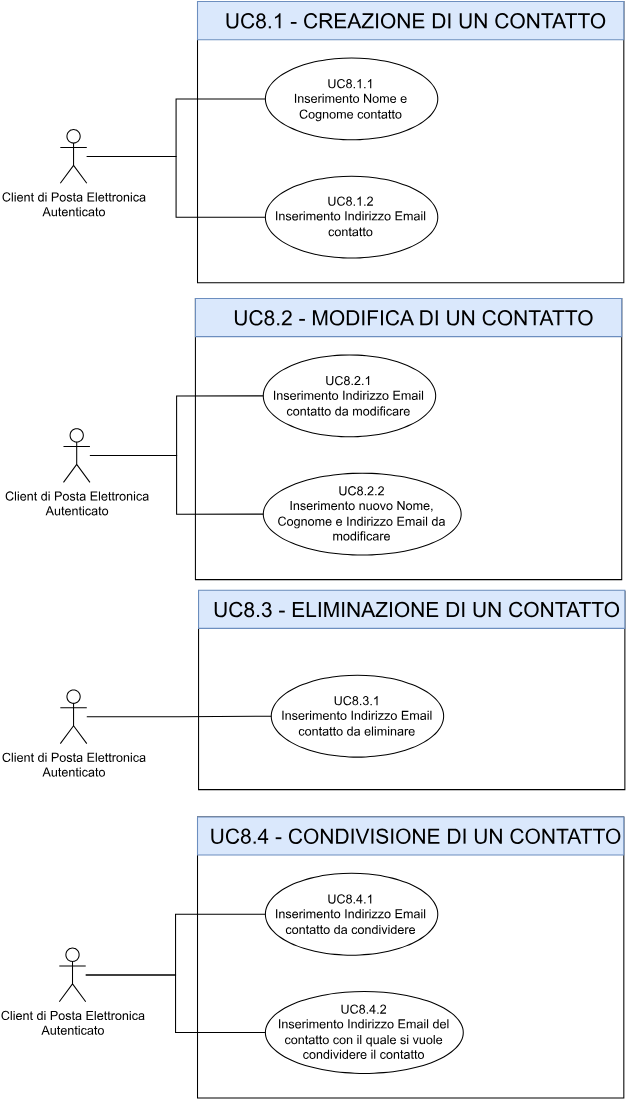
overture-unipd/docs keeps this draw.io diagram as imgs/use_cases/contatti-2.svg. Above is the earlier version. Source tidied: cells renumbered, new cells last; positions are measured from the earlier drawing's top-left corner, leaving out a move shared by most shapes. The source it was exported from:
```xml
<mxGraphModel>
  <root>
    <mxCell id="0" />
    <mxCell id="1" parent="0" />
    <mxCell id="2" style="rounded=0;whiteSpace=wrap;html=1;" parent="1" vertex="1">
      <mxGeometry x="131.7" width="406.3" height="267.9" as="geometry" />
    </mxCell>
    <mxCell id="3" style="ellipse;whiteSpace=wrap;html=1;" parent="1" vertex="1">
      <mxGeometry x="196.4" y="53.7" width="164.3" height="78" as="geometry" />
    </mxCell>
    <mxCell id="4" value="UC8.1.1&lt;br&gt;Inserimento Nome e Cognome contatto" style="text;html=1;strokeColor=none;fillColor=none;align=center;verticalAlign=middle;whiteSpace=wrap;rounded=0;" parent="1" vertex="1">
      <mxGeometry x="196.4" y="71.1" width="164.3" height="43.3" as="geometry" />
    </mxCell>
    <mxCell id="5" style="group;" parent="1" vertex="1">
      <mxGeometry x="196.4" y="166.4" width="164.3" height="78" as="geometry" />
    </mxCell>
    <mxCell id="6" style="ellipse;whiteSpace=wrap;html=1;" parent="5" vertex="1">
      <mxGeometry width="164.3" height="78" as="geometry" />
    </mxCell>
    <mxCell id="7" value="UC8.1.2&lt;br&gt;Inserimento Indirizzo Email contatto" style="text;html=1;strokeColor=none;fillColor=none;align=center;verticalAlign=middle;whiteSpace=wrap;rounded=0;" parent="5" vertex="1">
      <mxGeometry y="17.3" width="164.3" height="43.3" as="geometry" />
    </mxCell>
    <mxCell id="8" style="group;" parent="1" vertex="1">
      <mxGeometry x="1" y="122" width="42" height="51.1" as="geometry" />
    </mxCell>
    <mxCell id="9" style="group;" parent="8" vertex="1">
      <mxGeometry width="42" height="51.1" as="geometry" />
    </mxCell>
    <mxCell id="10" value="Client di Posta Elettronica&lt;br&gt;Autenticato" style="shape=umlActor;verticalLabelPosition=bottom;verticalAlign=top;html=1;outlineConnect=0;" parent="9" vertex="1">
      <mxGeometry width="25.2" height="51.1" as="geometry" />
    </mxCell>
    <mxCell id="11" style="rounded=0;whiteSpace=wrap;html=1;fillColor=#dae8fc;strokeColor=#6c8ebf;" parent="1" vertex="1">
      <mxGeometry x="131.7" width="406.3" height="36.3" as="geometry" />
    </mxCell>
    <mxCell id="12" value="&lt;font style=&quot;font-size: 20px;&quot;&gt;UC8.1 - CREAZIONE DI UN CONTATTO&lt;/font&gt;" style="text;html=1;strokeColor=none;fillColor=none;align=center;verticalAlign=middle;whiteSpace=wrap;rounded=0;" parent="1" vertex="1">
      <mxGeometry x="131.7" y="9.1" width="416.3" height="18.1" as="geometry" />
    </mxCell>
    <mxCell id="13" style="rounded=0;whiteSpace=wrap;html=1;" parent="1" vertex="1">
      <mxGeometry x="129.7" y="283" width="406.3" height="267.9" as="geometry" />
    </mxCell>
    <mxCell id="14" style="ellipse;whiteSpace=wrap;html=1;" parent="1" vertex="1">
      <mxGeometry x="194.4" y="336.7" width="164.3" height="78" as="geometry" />
    </mxCell>
    <mxCell id="15" value="UC8.2.1&lt;br&gt;Inserimento Indirizzo Email contatto da modificare" style="text;html=1;strokeColor=none;fillColor=none;align=center;verticalAlign=middle;whiteSpace=wrap;rounded=0;" parent="1" vertex="1">
      <mxGeometry x="194.4" y="354.1" width="164.3" height="43.3" as="geometry" />
    </mxCell>
    <mxCell id="16" style="group;" parent="1" vertex="1">
      <mxGeometry x="194.4" y="449.4" width="188.6" height="78" as="geometry" />
    </mxCell>
    <mxCell id="17" style="ellipse;whiteSpace=wrap;html=1;" parent="16" vertex="1">
      <mxGeometry width="188.6" height="78" as="geometry" />
    </mxCell>
    <mxCell id="18" value="UC8.2.2&lt;br&gt;Inserimento nuovo Nome, Cognome e Indirizzo Email da modificare" style="text;html=1;strokeColor=none;fillColor=none;align=center;verticalAlign=middle;whiteSpace=wrap;rounded=0;" parent="16" vertex="1">
      <mxGeometry y="17.3" width="188.6" height="43.3" as="geometry" />
    </mxCell>
    <mxCell id="19" style="rounded=0;whiteSpace=wrap;html=1;fillColor=#dae8fc;strokeColor=#6c8ebf;" parent="1" vertex="1">
      <mxGeometry x="129.7" y="283" width="406.3" height="36.3" as="geometry" />
    </mxCell>
    <mxCell id="20" value="&lt;font style=&quot;font-size: 20px;&quot;&gt;UC8.2 - MODIFICA DI UN CONTATTO&lt;/font&gt;" style="text;html=1;strokeColor=none;fillColor=none;align=center;verticalAlign=middle;whiteSpace=wrap;rounded=0;" parent="1" vertex="1">
      <mxGeometry x="129.7" y="292.1" width="416.3" height="18.1" as="geometry" />
    </mxCell>
    <mxCell id="21" style="rounded=0;whiteSpace=wrap;html=1;" parent="1" vertex="1">
      <mxGeometry x="132.7" y="562" width="406.3" height="189" as="geometry" />
    </mxCell>
    <mxCell id="22" style="ellipse;whiteSpace=wrap;html=1;" parent="1" vertex="1">
      <mxGeometry x="202" y="642" width="164.3" height="78" as="geometry" />
    </mxCell>
    <mxCell id="23" value="UC8.3.1&lt;br&gt;Inserimento Indirizzo Email contatto da eliminare" style="text;html=1;strokeColor=none;fillColor=none;align=center;verticalAlign=middle;whiteSpace=wrap;rounded=0;" parent="1" vertex="1">
      <mxGeometry x="202" y="659.3" width="164.3" height="43.3" as="geometry" />
    </mxCell>
    <mxCell id="24" style="rounded=0;whiteSpace=wrap;html=1;fillColor=#dae8fc;strokeColor=#6c8ebf;" parent="1" vertex="1">
      <mxGeometry x="132.7" y="561" width="406.3" height="36.3" as="geometry" />
    </mxCell>
    <mxCell id="25" value="&lt;font style=&quot;font-size: 20px;&quot;&gt;UC8.3 - ELIMINAZIONE DI UN CONTATTO&lt;/font&gt;" style="text;html=1;strokeColor=none;fillColor=none;align=center;verticalAlign=middle;whiteSpace=wrap;rounded=0;" parent="1" vertex="1">
      <mxGeometry x="132.7" y="570.1" width="416.3" height="18.1" as="geometry" />
    </mxCell>
    <mxCell id="26" style="edgeStyle=orthogonalEdgeStyle;rounded=0;jettySize=auto;html=1;entryX=0;entryY=0.5;entryDx=0;entryDy=0;endArrow=none;endFill=0;" parent="1" edge="1" source="27" target="23">
      <mxGeometry relative="1" as="geometry" />
    </mxCell>
    <mxCell id="27" value="Client di Posta Elettronica&lt;br style=&quot;border-color: var(--border-color);&quot;&gt;Autenticato" style="shape=umlActor;verticalLabelPosition=bottom;verticalAlign=top;html=1;outlineConnect=0;" parent="1" vertex="1">
      <mxGeometry x="1" y="656" width="25.2" height="51.1" as="geometry" />
    </mxCell>
    <mxCell id="28" style="rounded=0;whiteSpace=wrap;html=1;" parent="1" vertex="1">
      <mxGeometry x="131.7" y="777" width="406.3" height="267.9" as="geometry" />
    </mxCell>
    <mxCell id="29" style="ellipse;whiteSpace=wrap;html=1;" parent="1" vertex="1">
      <mxGeometry x="196.4" y="830.7" width="164.3" height="78" as="geometry" />
    </mxCell>
    <mxCell id="30" value="UC8.4.1&lt;br&gt;Inserimento Indirizzo Email contatto da condividere" style="text;html=1;strokeColor=none;fillColor=none;align=center;verticalAlign=middle;whiteSpace=wrap;rounded=0;" parent="1" vertex="1">
      <mxGeometry x="196.4" y="848.1" width="164.3" height="43.3" as="geometry" />
    </mxCell>
    <mxCell id="31" style="group;" parent="1" vertex="1">
      <mxGeometry x="196.4" y="943.4" width="188.6" height="78" as="geometry" />
    </mxCell>
    <mxCell id="32" style="ellipse;whiteSpace=wrap;html=1;" parent="31" vertex="1">
      <mxGeometry width="188.6" height="78" as="geometry" />
    </mxCell>
    <mxCell id="33" value="UC8.4.2&lt;br&gt;Inserimento Indirizzo Email del contatto con il quale si vuole condividere il contatto" style="text;html=1;strokeColor=none;fillColor=none;align=center;verticalAlign=middle;whiteSpace=wrap;rounded=0;" parent="31" vertex="1">
      <mxGeometry y="17.3" width="188.6" height="43.3" as="geometry" />
    </mxCell>
    <mxCell id="34" style="group;" parent="1" vertex="1">
      <mxGeometry y="902" width="42" height="51.1" as="geometry" />
    </mxCell>
    <mxCell id="35" style="group;" parent="34" vertex="1">
      <mxGeometry width="42" height="51.1" as="geometry" />
    </mxCell>
    <mxCell id="36" value="Client di Posta Elettronica&lt;br style=&quot;border-color: var(--border-color);&quot;&gt;Autenticato" style="shape=umlActor;verticalLabelPosition=bottom;verticalAlign=top;html=1;outlineConnect=0;" parent="35" vertex="1">
      <mxGeometry width="25.2" height="51.1" as="geometry" />
    </mxCell>
    <mxCell id="37" style="rounded=0;whiteSpace=wrap;html=1;fillColor=#dae8fc;strokeColor=#6c8ebf;" parent="1" vertex="1">
      <mxGeometry x="131.7" y="777" width="406.3" height="36.3" as="geometry" />
    </mxCell>
    <mxCell id="38" value="&lt;font style=&quot;font-size: 20px;&quot;&gt;UC8.4 - CONDIVISIONE DI UN CONTATTO&lt;/font&gt;" style="text;html=1;strokeColor=none;fillColor=none;align=center;verticalAlign=middle;whiteSpace=wrap;rounded=0;" parent="1" vertex="1">
      <mxGeometry x="131.7" y="786.1" width="416.3" height="18.1" as="geometry" />
    </mxCell>
    <mxCell id="39" style="edgeStyle=orthogonalEdgeStyle;rounded=0;jettySize=auto;html=1;entryX=0;entryY=0.5;entryDx=0;entryDy=0;endArrow=none;endFill=0;" parent="1" edge="1" source="10" target="4">
      <mxGeometry relative="1" as="geometry" />
    </mxCell>
    <mxCell id="40" style="edgeStyle=orthogonalEdgeStyle;rounded=0;jettySize=auto;html=1;entryX=0;entryY=0.5;entryDx=0;entryDy=0;endArrow=none;endFill=0;" parent="1" edge="1" source="10" target="7">
      <mxGeometry relative="1" as="geometry" />
    </mxCell>
    <mxCell id="41" style="edgeStyle=orthogonalEdgeStyle;rounded=0;jettySize=auto;html=1;entryX=0;entryY=0.5;entryDx=0;entryDy=0;endArrow=none;endFill=0;" parent="1" edge="1" source="45" target="15">
      <mxGeometry relative="1" as="geometry" />
    </mxCell>
    <mxCell id="42" style="edgeStyle=orthogonalEdgeStyle;rounded=0;jettySize=auto;html=1;entryX=0;entryY=0.5;entryDx=0;entryDy=0;endArrow=none;endFill=0;" parent="1" edge="1" source="45" target="18">
      <mxGeometry relative="1" as="geometry" />
    </mxCell>
    <mxCell id="43" style="edgeStyle=orthogonalEdgeStyle;rounded=0;jettySize=auto;html=1;entryX=0;entryY=0.5;entryDx=0;entryDy=0;endArrow=none;endFill=0;" parent="1" edge="1" source="36" target="30">
      <mxGeometry relative="1" as="geometry" />
    </mxCell>
    <mxCell id="44" style="edgeStyle=orthogonalEdgeStyle;rounded=0;jettySize=auto;html=1;entryX=0;entryY=0.5;entryDx=0;entryDy=0;endArrow=none;endFill=0;" parent="1" edge="1" source="36" target="33">
      <mxGeometry relative="1" as="geometry" />
    </mxCell>
    <mxCell id="45" value="Client di Posta Elettronica&lt;br style=&quot;border-color: var(--border-color);&quot;&gt;Autenticato" style="shape=umlActor;verticalLabelPosition=bottom;verticalAlign=top;html=1;outlineConnect=0;" parent="1" vertex="1">
      <mxGeometry x="4" y="407" width="25.2" height="51.1" as="geometry" />
    </mxCell>
  </root>
</mxGraphModel>
```
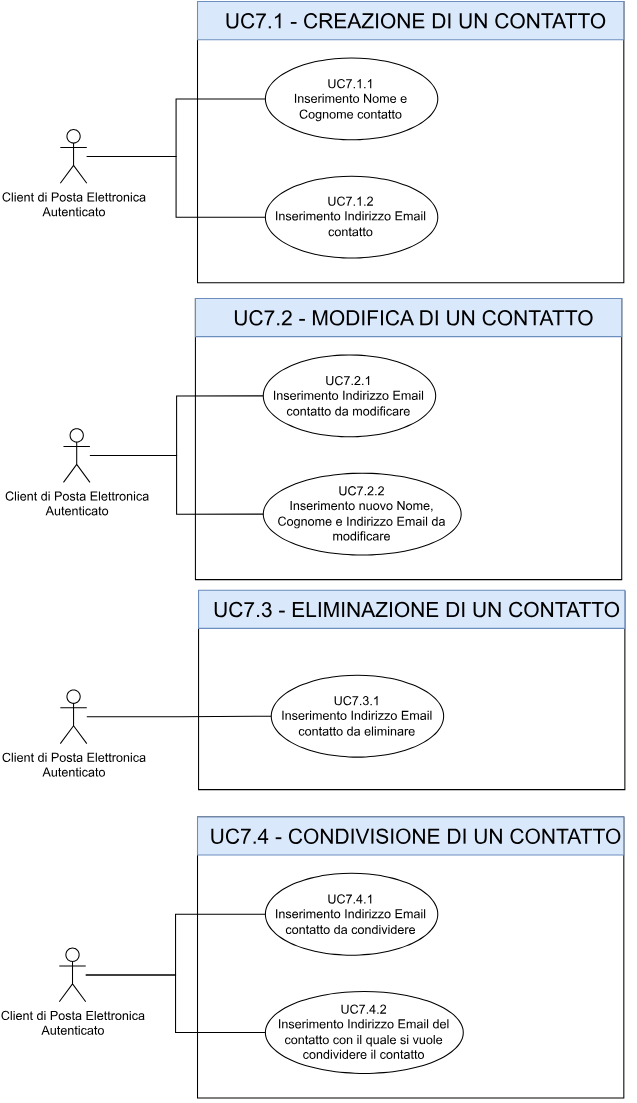
Later version of the same file.

What changed in the source:
```diff
@@ -8,7 +8,7 @@
     <mxCell id="3" style="ellipse;whiteSpace=wrap;html=1;" parent="1" vertex="1">
       <mxGeometry x="196.4" y="53.7" width="164.3" height="78" as="geometry" />
     </mxCell>
-    <mxCell id="4" value="UC8.1.1&lt;br&gt;Inserimento Nome e Cognome contatto" style="text;html=1;strokeColor=none;fillColor=none;align=center;verticalAlign=middle;whiteSpace=wrap;rounded=0;" parent="1" vertex="1">
+    <mxCell id="4" value="UC7.1.1&lt;br&gt;Inserimento Nome e Cognome contatto" style="text;html=1;strokeColor=none;fillColor=none;align=center;verticalAlign=middle;whiteSpace=wrap;rounded=0;" parent="1" vertex="1">
       <mxGeometry x="196.4" y="71.1" width="164.3" height="43.3" as="geometry" />
     </mxCell>
     <mxCell id="5" style="group;" parent="1" vertex="1">
@@ -17,7 +17,7 @@
     <mxCell id="6" style="ellipse;whiteSpace=wrap;html=1;" parent="5" vertex="1">
       <mxGeometry width="164.3" height="78" as="geometry" />
     </mxCell>
-    <mxCell id="7" value="UC8.1.2&lt;br&gt;Inserimento Indirizzo Email contatto" style="text;html=1;strokeColor=none;fillColor=none;align=center;verticalAlign=middle;whiteSpace=wrap;rounded=0;" parent="5" vertex="1">
+    <mxCell id="7" value="UC7.1.2&lt;br&gt;Inserimento Indirizzo Email contatto" style="text;html=1;strokeColor=none;fillColor=none;align=center;verticalAlign=middle;whiteSpace=wrap;rounded=0;" parent="5" vertex="1">
       <mxGeometry y="17.3" width="164.3" height="43.3" as="geometry" />
     </mxCell>
     <mxCell id="8" style="group;" parent="1" vertex="1">
@@ -32,7 +32,7 @@
     <mxCell id="11" style="rounded=0;whiteSpace=wrap;html=1;fillColor=#dae8fc;strokeColor=#6c8ebf;" parent="1" vertex="1">
       <mxGeometry x="131.7" width="406.3" height="36.3" as="geometry" />
     </mxCell>
-    <mxCell id="12" value="&lt;font style=&quot;font-size: 20px;&quot;&gt;UC8.1 - CREAZIONE DI UN CONTATTO&lt;/font&gt;" style="text;html=1;strokeColor=none;fillColor=none;align=center;verticalAlign=middle;whiteSpace=wrap;rounded=0;" parent="1" vertex="1">
+    <mxCell id="12" value="&lt;font style=&quot;font-size: 20px;&quot;&gt;UC7.1 - CREAZIONE DI UN CONTATTO&lt;/font&gt;" style="text;html=1;strokeColor=none;fillColor=none;align=center;verticalAlign=middle;whiteSpace=wrap;rounded=0;" parent="1" vertex="1">
       <mxGeometry x="131.7" y="9.1" width="416.3" height="18.1" as="geometry" />
     </mxCell>
     <mxCell id="13" style="rounded=0;whiteSpace=wrap;html=1;" parent="1" vertex="1">
@@ -41,7 +41,7 @@
     <mxCell id="14" style="ellipse;whiteSpace=wrap;html=1;" parent="1" vertex="1">
       <mxGeometry x="194.4" y="336.7" width="164.3" height="78" as="geometry" />
     </mxCell>
-    <mxCell id="15" value="UC8.2.1&lt;br&gt;Inserimento Indirizzo Email contatto da modificare" style="text;html=1;strokeColor=none;fillColor=none;align=center;verticalAlign=middle;whiteSpace=wrap;rounded=0;" parent="1" vertex="1">
+    <mxCell id="15" value="UC7.2.1&lt;br&gt;Inserimento Indirizzo Email contatto da modificare" style="text;html=1;strokeColor=none;fillColor=none;align=center;verticalAlign=middle;whiteSpace=wrap;rounded=0;" parent="1" vertex="1">
       <mxGeometry x="194.4" y="354.1" width="164.3" height="43.3" as="geometry" />
     </mxCell>
     <mxCell id="16" style="group;" parent="1" vertex="1">
@@ -50,13 +50,13 @@
     <mxCell id="17" style="ellipse;whiteSpace=wrap;html=1;" parent="16" vertex="1">
       <mxGeometry width="188.6" height="78" as="geometry" />
     </mxCell>
-    <mxCell id="18" value="UC8.2.2&lt;br&gt;Inserimento nuovo Nome, Cognome e Indirizzo Email da modificare" style="text;html=1;strokeColor=none;fillColor=none;align=center;verticalAlign=middle;whiteSpace=wrap;rounded=0;" parent="16" vertex="1">
+    <mxCell id="18" value="UC7.2.2&lt;br&gt;Inserimento nuovo Nome, Cognome e Indirizzo Email da modificare" style="text;html=1;strokeColor=none;fillColor=none;align=center;verticalAlign=middle;whiteSpace=wrap;rounded=0;" parent="16" vertex="1">
       <mxGeometry y="17.3" width="188.6" height="43.3" as="geometry" />
     </mxCell>
     <mxCell id="19" style="rounded=0;whiteSpace=wrap;html=1;fillColor=#dae8fc;strokeColor=#6c8ebf;" parent="1" vertex="1">
       <mxGeometry x="129.7" y="283" width="406.3" height="36.3" as="geometry" />
     </mxCell>
-    <mxCell id="20" value="&lt;font style=&quot;font-size: 20px;&quot;&gt;UC8.2 - MODIFICA DI UN CONTATTO&lt;/font&gt;" style="text;html=1;strokeColor=none;fillColor=none;align=center;verticalAlign=middle;whiteSpace=wrap;rounded=0;" parent="1" vertex="1">
+    <mxCell id="20" value="&lt;font style=&quot;font-size: 20px;&quot;&gt;UC7.2 - MODIFICA DI UN CONTATTO&lt;/font&gt;" style="text;html=1;strokeColor=none;fillColor=none;align=center;verticalAlign=middle;whiteSpace=wrap;rounded=0;" parent="1" vertex="1">
       <mxGeometry x="129.7" y="292.1" width="416.3" height="18.1" as="geometry" />
     </mxCell>
     <mxCell id="21" style="rounded=0;whiteSpace=wrap;html=1;" parent="1" vertex="1">
@@ -65,13 +65,13 @@
     <mxCell id="22" style="ellipse;whiteSpace=wrap;html=1;" parent="1" vertex="1">
       <mxGeometry x="202" y="642" width="164.3" height="78" as="geometry" />
     </mxCell>
-    <mxCell id="23" value="UC8.3.1&lt;br&gt;Inserimento Indirizzo Email contatto da eliminare" style="text;html=1;strokeColor=none;fillColor=none;align=center;verticalAlign=middle;whiteSpace=wrap;rounded=0;" parent="1" vertex="1">
+    <mxCell id="23" value="UC7.3.1&lt;br&gt;Inserimento Indirizzo Email contatto da eliminare" style="text;html=1;strokeColor=none;fillColor=none;align=center;verticalAlign=middle;whiteSpace=wrap;rounded=0;" parent="1" vertex="1">
       <mxGeometry x="202" y="659.3" width="164.3" height="43.3" as="geometry" />
     </mxCell>
     <mxCell id="24" style="rounded=0;whiteSpace=wrap;html=1;fillColor=#dae8fc;strokeColor=#6c8ebf;" parent="1" vertex="1">
       <mxGeometry x="132.7" y="561" width="406.3" height="36.3" as="geometry" />
     </mxCell>
-    <mxCell id="25" value="&lt;font style=&quot;font-size: 20px;&quot;&gt;UC8.3 - ELIMINAZIONE DI UN CONTATTO&lt;/font&gt;" style="text;html=1;strokeColor=none;fillColor=none;align=center;verticalAlign=middle;whiteSpace=wrap;rounded=0;" parent="1" vertex="1">
+    <mxCell id="25" value="&lt;font style=&quot;font-size: 20px;&quot;&gt;UC7.3 - ELIMINAZIONE DI UN CONTATTO&lt;/font&gt;" style="text;html=1;strokeColor=none;fillColor=none;align=center;verticalAlign=middle;whiteSpace=wrap;rounded=0;" parent="1" vertex="1">
       <mxGeometry x="132.7" y="570.1" width="416.3" height="18.1" as="geometry" />
     </mxCell>
     <mxCell id="26" style="edgeStyle=orthogonalEdgeStyle;rounded=0;jettySize=auto;html=1;entryX=0;entryY=0.5;entryDx=0;entryDy=0;endArrow=none;endFill=0;" parent="1" edge="1" source="27" target="23">
@@ -86,7 +86,7 @@
     <mxCell id="29" style="ellipse;whiteSpace=wrap;html=1;" parent="1" vertex="1">
       <mxGeometry x="196.4" y="830.7" width="164.3" height="78" as="geometry" />
     </mxCell>
-    <mxCell id="30" value="UC8.4.1&lt;br&gt;Inserimento Indirizzo Email contatto da condividere" style="text;html=1;strokeColor=none;fillColor=none;align=center;verticalAlign=middle;whiteSpace=wrap;rounded=0;" parent="1" vertex="1">
+    <mxCell id="30" value="UC7.4.1&lt;br&gt;Inserimento Indirizzo Email contatto da condividere" style="text;html=1;strokeColor=none;fillColor=none;align=center;verticalAlign=middle;whiteSpace=wrap;rounded=0;" parent="1" vertex="1">
       <mxGeometry x="196.4" y="848.1" width="164.3" height="43.3" as="geometry" />
     </mxCell>
     <mxCell id="31" style="group;" parent="1" vertex="1">
@@ -95,7 +95,7 @@
     <mxCell id="32" style="ellipse;whiteSpace=wrap;html=1;" parent="31" vertex="1">
       <mxGeometry width="188.6" height="78" as="geometry" />
     </mxCell>
-    <mxCell id="33" value="UC8.4.2&lt;br&gt;Inserimento Indirizzo Email del contatto con il quale si vuole condividere il contatto" style="text;html=1;strokeColor=none;fillColor=none;align=center;verticalAlign=middle;whiteSpace=wrap;rounded=0;" parent="31" vertex="1">
+    <mxCell id="33" value="UC7.4.2&lt;br&gt;Inserimento Indirizzo Email del contatto con il quale si vuole condividere il contatto" style="text;html=1;strokeColor=none;fillColor=none;align=center;verticalAlign=middle;whiteSpace=wrap;rounded=0;" parent="31" vertex="1">
       <mxGeometry y="17.3" width="188.6" height="43.3" as="geometry" />
     </mxCell>
     <mxCell id="34" style="group;" parent="1" vertex="1">
@@ -110,7 +110,7 @@
     <mxCell id="37" style="rounded=0;whiteSpace=wrap;html=1;fillColor=#dae8fc;strokeColor=#6c8ebf;" parent="1" vertex="1">
       <mxGeometry x="131.7" y="777" width="406.3" height="36.3" as="geometry" />
     </mxCell>
-    <mxCell id="38" value="&lt;font style=&quot;font-size: 20px;&quot;&gt;UC8.4 - CONDIVISIONE DI UN CONTATTO&lt;/font&gt;" style="text;html=1;strokeColor=none;fillColor=none;align=center;verticalAlign=middle;whiteSpace=wrap;rounded=0;" parent="1" vertex="1">
+    <mxCell id="38" value="&lt;font style=&quot;font-size: 20px;&quot;&gt;UC7.4 - CONDIVISIONE DI UN CONTATTO&lt;/font&gt;" style="text;html=1;strokeColor=none;fillColor=none;align=center;verticalAlign=middle;whiteSpace=wrap;rounded=0;" parent="1" vertex="1">
       <mxGeometry x="131.7" y="786.1" width="416.3" height="18.1" as="geometry" />
     </mxCell>
     <mxCell id="39" style="edgeStyle=orthogonalEdgeStyle;rounded=0;jettySize=auto;html=1;entryX=0;entryY=0.5;entryDx=0;entryDy=0;endArrow=none;endFill=0;" parent="1" edge="1" source="10" target="4">
```
